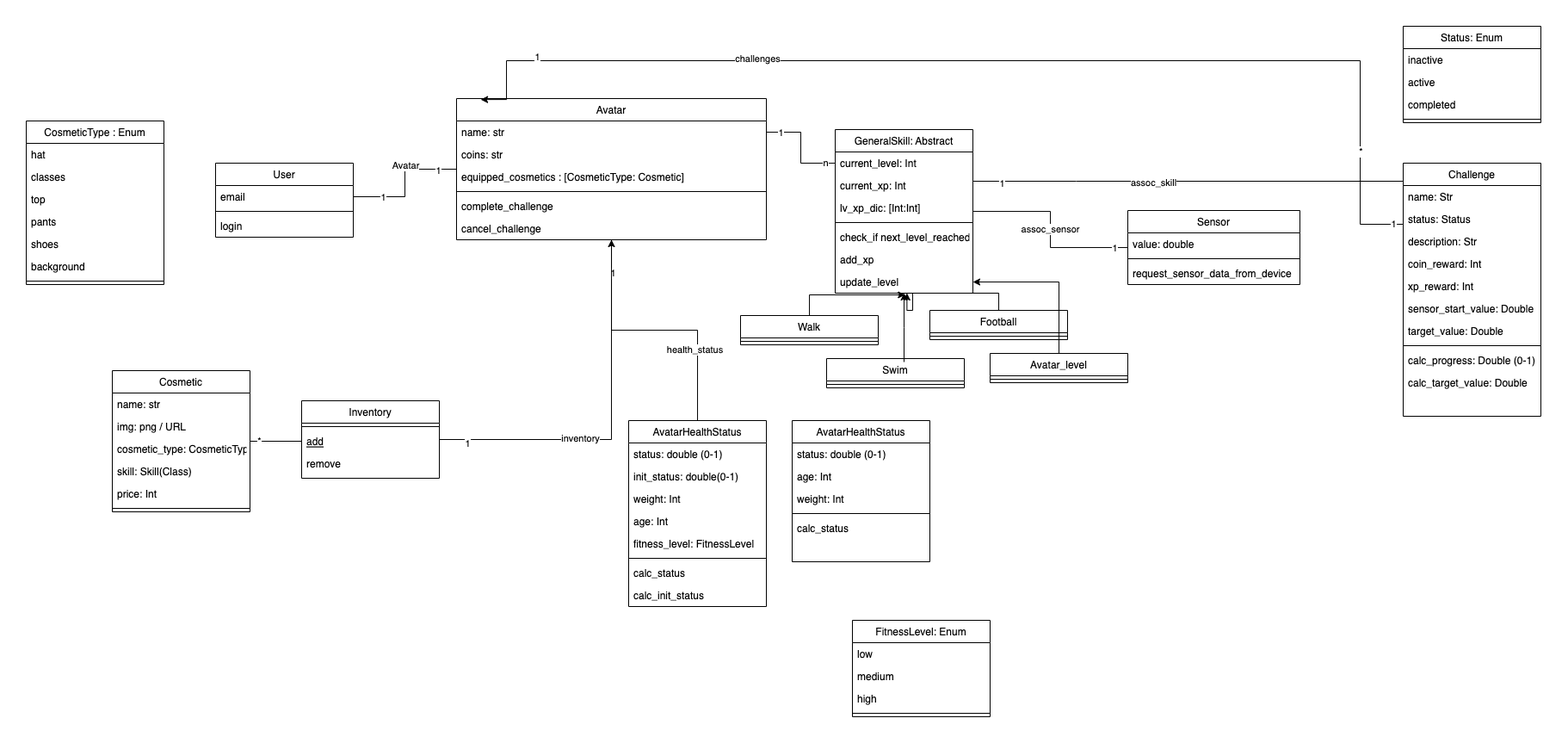
The draw.io diagram docs/class_diagramm_Fitamigo.drawio.png in pweissleder/junction23, before a commit. Source tidied: cells renumbered, new cells last; positions are measured from the earlier drawing's top-left corner, leaving out a move shared by most shapes.
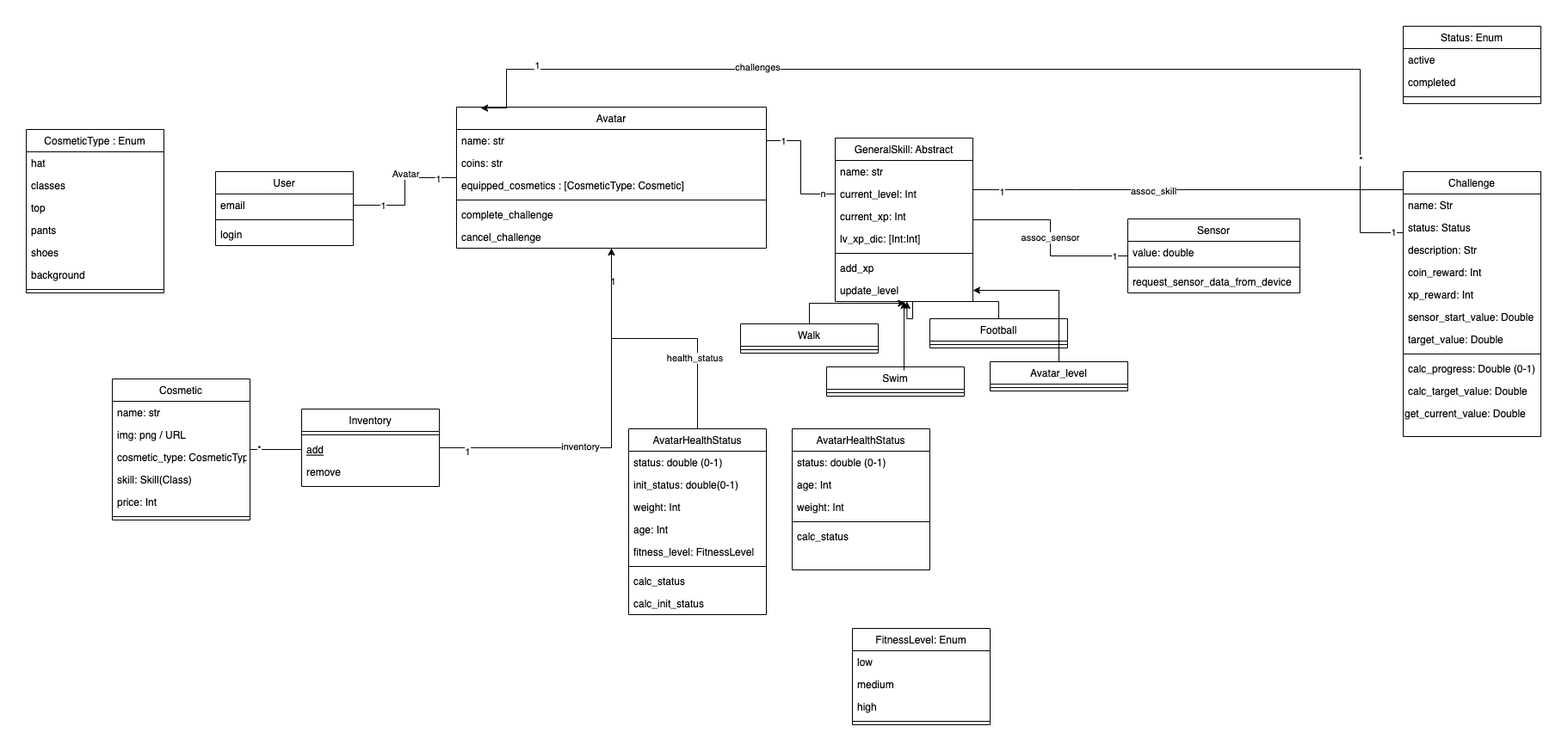
Above is the later version.

Change to the diagram source:
```diff
@@ -88,21 +88,21 @@
     <mxCell id="28" value="GeneralSkill: Abstract" style="swimlane;fontStyle=0;align=center;verticalAlign=top;horizontal=1;startSize=26;rounded=0;shadow=0;strokeWidth=1;" parent="1" vertex="1">
       <mxGeometry x="940" y="120" width="160" height="190" as="geometry" />
     </mxCell>
+    <mxCell id="117" value="name: str" style="text;align=left;verticalAlign=top;spacingLeft=4;spacingRight=4;overflow=hidden;rounded=0;shadow=0;html=0;" parent="28" vertex="1">
+      <mxGeometry y="26" width="160" height="26" as="geometry" />
+    </mxCell>
     <mxCell id="29" value="current_level: Int" style="text;align=left;verticalAlign=top;spacingLeft=4;spacingRight=4;overflow=hidden;points=[[0,0.5],[1,0.5]];portConstraint=eastwest;rounded=0;shadow=0;html=0;" parent="28" vertex="1">
-      <mxGeometry y="26" width="160" height="26" as="geometry" />
+      <mxGeometry y="52" width="160" height="26" as="geometry" />
     </mxCell>
     <mxCell id="30" value="current_xp: Int" style="text;align=left;verticalAlign=top;spacingLeft=4;spacingRight=4;overflow=hidden;rounded=0;shadow=0;html=0;" parent="28" vertex="1">
-      <mxGeometry y="52" width="160" height="26" as="geometry" />
+      <mxGeometry y="78" width="160" height="26" as="geometry" />
     </mxCell>
     <mxCell id="31" value="lv_xp_dic: [Int:Int]" style="text;align=left;verticalAlign=top;spacingLeft=4;spacingRight=4;overflow=hidden;rounded=0;shadow=0;html=0;" parent="28" vertex="1">
-      <mxGeometry y="78" width="160" height="26" as="geometry" />
+      <mxGeometry y="104" width="160" height="26" as="geometry" />
     </mxCell>
     <mxCell id="32" style="line;html=1;strokeWidth=1;align=left;verticalAlign=middle;spacingTop=-1;spacingLeft=3;spacingRight=3;labelPosition=right;" parent="28" vertex="1">
-      <mxGeometry y="104" width="160" height="8" as="geometry" />
+      <mxGeometry y="130" width="160" height="8" as="geometry" />
     </mxCell>
-    <mxCell id="33" value="check_if next_level_reached" style="text;align=left;verticalAlign=top;spacingLeft=4;spacingRight=4;overflow=hidden;fontStyle=0;" parent="28" vertex="1">
-      <mxGeometry y="112" width="160" height="26" as="geometry" />
-    </mxCell>
     <mxCell id="34" value="add_xp" style="text;align=left;verticalAlign=top;spacingLeft=4;spacingRight=4;overflow=hidden;" parent="28" vertex="1">
       <mxGeometry y="138" width="160" height="26" as="geometry" />
     </mxCell>
@@ -190,7 +190,7 @@
       <mxGeometry x="0.63" relative="1" as="geometry" />
     </mxCell>
     <mxCell id="62" value="Challenge" style="swimlane;fontStyle=0;align=center;verticalAlign=top;horizontal=1;startSize=26;rounded=0;shadow=0;strokeWidth=1;" parent="1" vertex="1">
-      <mxGeometry x="1600" y="159" width="160" height="294" as="geometry" />
+      <mxGeometry x="1600" y="159" width="160" height="308" as="geometry" />
     </mxCell>
     <mxCell id="63" value="name: Str" style="text;align=left;verticalAlign=top;spacingLeft=4;spacingRight=4;overflow=hidden;" parent="62" vertex="1">
       <mxGeometry y="26" width="160" height="26" as="geometry" />
@@ -222,6 +222,9 @@
     <mxCell id="72" value="calc_target_value: Double" style="text;align=left;verticalAlign=top;spacingLeft=4;spacingRight=4;overflow=hidden;" parent="62" vertex="1">
       <mxGeometry y="242" width="160" height="26" as="geometry" />
     </mxCell>
+    <mxCell id="118" value="&lt;span style=&quot;color: rgb(0, 0, 0); font-family: Helvetica; font-size: 12px; font-style: normal; font-variant-ligatures: normal; font-variant-caps: normal; font-weight: 400; letter-spacing: normal; orphans: 2; text-align: left; text-indent: 0px; text-transform: none; widows: 2; word-spacing: 0px; -webkit-text-stroke-width: 0px; background-color: rgb(251, 251, 251); text-decoration-thickness: initial; text-decoration-style: initial; text-decoration-color: initial; float: none; display: inline !important;&quot;&gt;get_current_value: Double&lt;/span&gt;" style="text;whiteSpace=wrap;html=1;" parent="62" vertex="1">
+      <mxGeometry y="268" width="160" height="40" as="geometry" />
+    </mxCell>
     <mxCell id="73" style="edgeStyle=orthogonalEdgeStyle;rounded=0;jettySize=auto;html=1;" parent="1" edge="1" source="75" target="18">
       <mxGeometry relative="1" as="geometry" />
     </mxCell>
@@ -346,19 +349,16 @@
       <mxGeometry y="104" width="160" height="8" as="geometry" />
     </mxCell>
     <mxCell id="112" value="Status: Enum" style="swimlane;fontStyle=0;align=center;verticalAlign=top;horizontal=1;startSize=26;rounded=0;shadow=0;strokeWidth=1;" parent="1" vertex="1">
-      <mxGeometry x="1600" width="160" height="112" as="geometry" />
+      <mxGeometry x="1600" y="-10" width="160" height="90" as="geometry" />
     </mxCell>
-    <mxCell id="113" value="inactive" style="text;align=left;verticalAlign=top;spacingLeft=4;spacingRight=4;overflow=hidden;" parent="112" vertex="1">
-      <mxGeometry y="26" width="160" height="26" as="geometry" />
-    </mxCell>
     <mxCell id="114" value="active" style="text;align=left;verticalAlign=top;spacingLeft=4;spacingRight=4;overflow=hidden;" parent="112" vertex="1">
-      <mxGeometry y="52" width="160" height="26" as="geometry" />
+      <mxGeometry y="26" width="160" height="26" as="geometry" />
     </mxCell>
     <mxCell id="115" value="completed" style="text;align=left;verticalAlign=top;spacingLeft=4;spacingRight=4;overflow=hidden;" parent="112" vertex="1">
-      <mxGeometry y="78" width="160" height="26" as="geometry" />
+      <mxGeometry y="52" width="160" height="26" as="geometry" />
     </mxCell>
     <mxCell id="116" style="line;html=1;strokeWidth=1;align=left;verticalAlign=middle;spacingTop=-1;spacingLeft=3;spacingRight=3;labelPosition=right;" parent="112" vertex="1">
-      <mxGeometry y="104" width="160" height="8" as="geometry" />
+      <mxGeometry y="78" width="160" height="8" as="geometry" />
     </mxCell>
   </root>
 </mxGraphModel>
```
